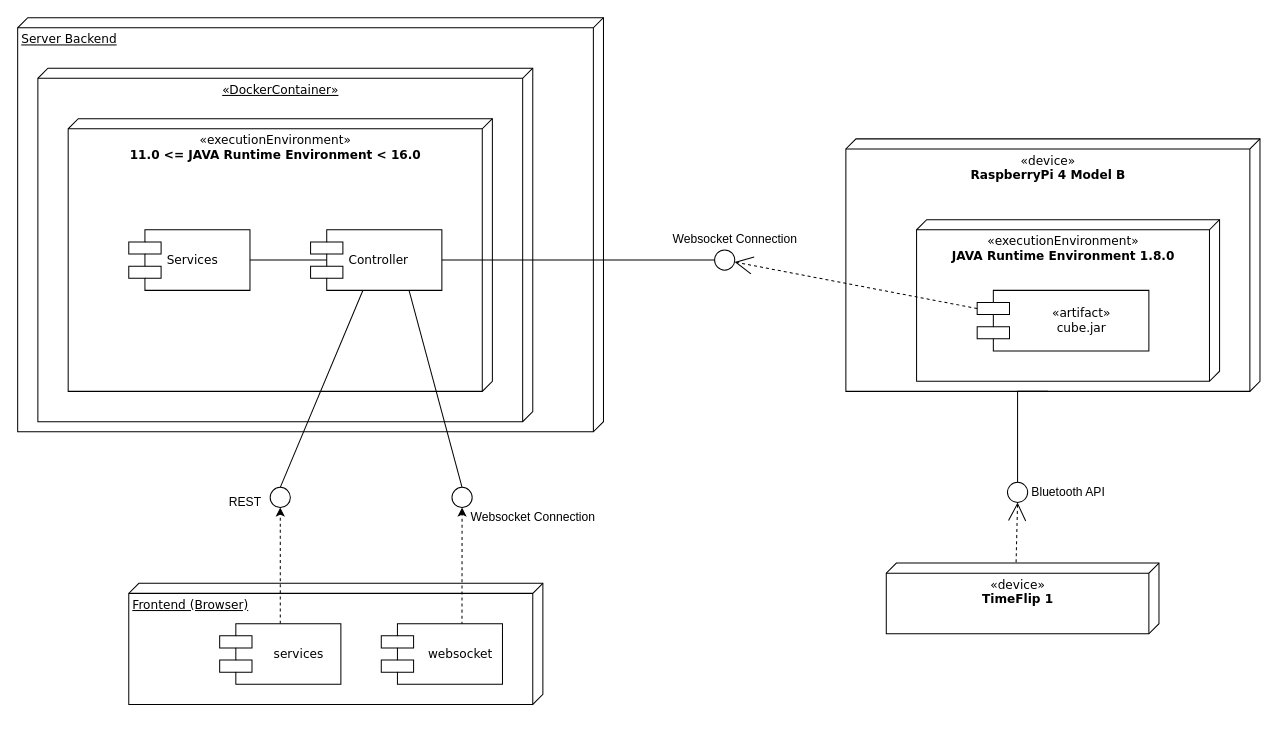
Earlier version of the draw.io diagram documentation/diagrams/deployment-view.drawio (BeyerMart/softwareEngineeringClass-timeGuessGame). Source tidied: cells renumbered, new cells numbered last; positions are measured from the earlier drawing's top-left corner, leaving out a move shared by most shapes. Both pictures are drawn from the tidied source at 101%, with x=0, y=0 at pixel (17, 17).
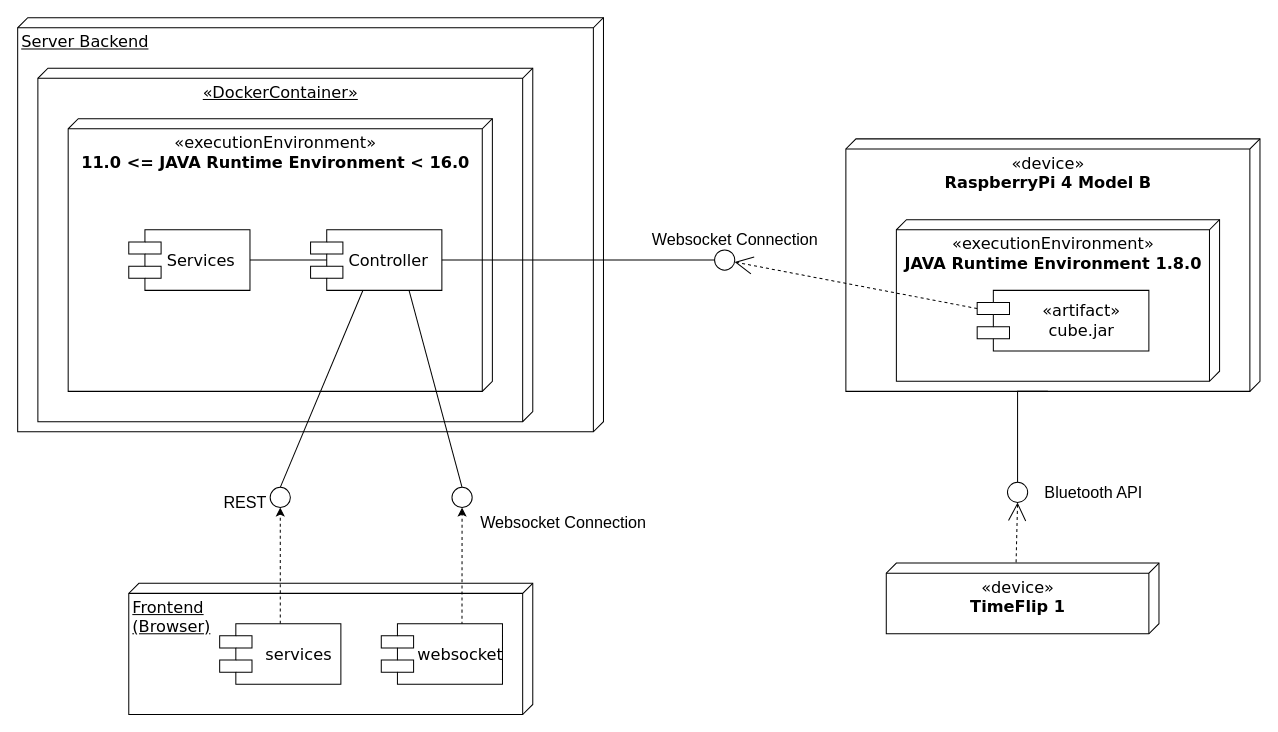
After the change.

Diff of the diagram source:
```diff
@@
-    <mxCell id="2" value="&lt;div&gt;&lt;span&gt;«device»&lt;/span&gt;&lt;/div&gt;&lt;div&gt;&lt;span&gt;&lt;b&gt;RaspberryPi 4 Model B&lt;/b&gt;&lt;/span&gt;&lt;/div&gt;" style="verticalAlign=top;align=center;spacingTop=8;spacingLeft=2;spacingRight=12;shape=cube;size=10;direction=south;fontStyle=0;html=1;rounded=0;shadow=0;comic=0;labelBackgroundColor=none;strokeWidth=1;fontFamily=Verdana;fontSize=12;" parent="1" vertex="1">
+    <mxCell id="2" value="&lt;div style=&quot;font-size: 16px;&quot;&gt;&lt;span style=&quot;font-size: 16px;&quot;&gt;«device»&lt;/span&gt;&lt;/div&gt;&lt;div style=&quot;font-size: 16px;&quot;&gt;&lt;span style=&quot;font-size: 16px;&quot;&gt;&lt;b style=&quot;font-size: 16px;&quot;&gt;RaspberryPi 4 Model B&lt;/b&gt;&lt;/span&gt;&lt;/div&gt;" style="verticalAlign=top;align=center;spacingTop=8;spacingLeft=2;spacingRight=12;shape=cube;size=10;direction=south;fontStyle=0;html=1;rounded=0;shadow=0;comic=0;labelBackgroundColor=none;strokeWidth=1;fontFamily=Verdana;fontSize=16;" parent="1" vertex="1">
       <mxGeometry x="820" y="120" width="410" height="250" as="geometry" />
     </mxCell>
-    <mxCell id="3" value="&lt;div&gt;«device»&lt;/div&gt;&lt;div&gt;&lt;b&gt;TimeFlip 1&lt;/b&gt;&lt;/div&gt;" style="verticalAlign=top;align=center;spacingTop=8;spacingLeft=2;spacingRight=12;shape=cube;size=10;direction=south;fontStyle=0;html=1;rounded=0;shadow=0;comic=0;labelBackgroundColor=none;strokeWidth=1;fontFamily=Verdana;fontSize=12;" parent="1" vertex="1">
+    <mxCell id="3" value="&lt;div style=&quot;font-size: 16px;&quot;&gt;«device»&lt;/div&gt;&lt;div style=&quot;font-size: 16px;&quot;&gt;&lt;b style=&quot;font-size: 16px;&quot;&gt;TimeFlip 1&lt;/b&gt;&lt;/div&gt;" style="verticalAlign=top;align=center;spacingTop=8;spacingLeft=2;spacingRight=12;shape=cube;size=10;direction=south;fontStyle=0;html=1;rounded=0;shadow=0;comic=0;labelBackgroundColor=none;strokeWidth=1;fontFamily=Verdana;fontSize=16;" parent="1" vertex="1">
       <mxGeometry x="860" y="540" width="270" height="70" as="geometry" />
     </mxCell>
-    <mxCell id="4" style="ellipse;whiteSpace=wrap;html=1;rounded=0;shadow=0;comic=0;labelBackgroundColor=none;strokeWidth=1;fontFamily=Verdana;fontSize=12;align=center;" parent="1" vertex="1">
+    <mxCell id="4" style="ellipse;whiteSpace=wrap;html=1;rounded=0;shadow=0;comic=0;labelBackgroundColor=none;strokeWidth=1;fontFamily=Verdana;fontSize=16;align=center;" parent="1" vertex="1">
       <mxGeometry x="690" y="230" width="20" height="20" as="geometry" />
     </mxCell>
-    <mxCell id="5" style="ellipse;whiteSpace=wrap;html=1;rounded=0;shadow=0;comic=0;labelBackgroundColor=none;strokeWidth=1;fontFamily=Verdana;fontSize=12;align=center;" parent="1" vertex="1">
+    <mxCell id="5" style="ellipse;whiteSpace=wrap;html=1;rounded=0;shadow=0;comic=0;labelBackgroundColor=none;strokeWidth=1;fontFamily=Verdana;fontSize=16;align=center;" parent="1" vertex="1">
       <mxGeometry x="980" y="460" width="20" height="20" as="geometry" />
     </mxCell>
-    <mxCell id="6" style="rounded=0;html=1;dashed=1;labelBackgroundColor=none;startArrow=none;startFill=0;startSize=8;endArrow=open;endFill=0;endSize=16;fontFamily=Verdana;fontSize=12;exitX=-0.01;exitY=0.524;exitDx=0;exitDy=0;exitPerimeter=0;entryX=0.5;entryY=1;entryDx=0;entryDy=0;" parent="1" edge="1" source="3" target="5">
+    <mxCell id="6" style="rounded=0;html=1;dashed=1;labelBackgroundColor=none;startArrow=none;startFill=0;startSize=8;endArrow=open;endFill=0;endSize=16;fontFamily=Verdana;fontSize=16;exitX=-0.01;exitY=0.524;exitDx=0;exitDy=0;exitPerimeter=0;entryX=0.5;entryY=1;entryDx=0;entryDy=0;" parent="1" edge="1" source="3" target="5">
       <mxGeometry relative="1" as="geometry" />
     </mxCell>
-    <mxCell id="7" style="edgeStyle=elbowEdgeStyle;rounded=0;html=1;labelBackgroundColor=none;startArrow=none;startFill=0;startSize=8;endArrow=none;endFill=0;endSize=16;fontFamily=Verdana;fontSize=12;entryX=0;entryY=0;entryDx=250;entryDy=210;entryPerimeter=0;exitX=0.5;exitY=0;exitDx=0;exitDy=0;" parent="1" edge="1" source="5" target="2">
+    <mxCell id="7" style="edgeStyle=elbowEdgeStyle;rounded=0;html=1;labelBackgroundColor=none;startArrow=none;startFill=0;startSize=8;endArrow=none;endFill=0;endSize=16;fontFamily=Verdana;fontSize=16;entryX=0;entryY=0;entryDx=250;entryDy=210;entryPerimeter=0;exitX=0.5;exitY=0;exitDx=0;exitDy=0;" parent="1" edge="1" source="5" target="2">
       <mxGeometry relative="1" as="geometry">
         <Array as="points">
           <mxPoint x="990" y="400" />
         </Array>
       </mxGeometry>
     </mxCell>
-    <mxCell id="8" value="Frontend (Browser)" style="verticalAlign=top;align=left;spacingTop=8;spacingLeft=2;spacingRight=12;shape=cube;size=10;direction=south;fontStyle=4;html=1;rounded=0;shadow=0;comic=0;labelBackgroundColor=none;strokeWidth=1;fontFamily=Verdana;fontSize=12;" parent="1" vertex="1">
-      <mxGeometry x="110" y="560" width="410" height="120" as="geometry" />
+    <mxCell id="8" value="&lt;span style=&quot;background-color: rgb(255 , 255 , 255)&quot;&gt;Frontend&lt;br&gt;(Browser)&lt;/span&gt;" style="verticalAlign=top;align=left;spacingTop=8;spacingLeft=2;spacingRight=12;shape=cube;size=10;direction=south;fontStyle=4;html=1;rounded=0;shadow=0;comic=0;labelBackgroundColor=none;strokeWidth=1;fontFamily=Verdana;fontSize=16;" parent="1" vertex="1">
+      <mxGeometry x="110" y="560" width="400" height="130" as="geometry" />
     </mxCell>
-    <mxCell id="9" style="edgeStyle=none;rounded=0;jettySize=auto;html=1;entryX=0.5;entryY=1;entryDx=0;entryDy=0;endArrow=classic;endFill=1;dashed=1;exitX=0.666;exitY=0.018;exitDx=0;exitDy=0;exitPerimeter=0;" parent="1" edge="1" source="30" target="25">
+    <mxCell id="9" style="edgeStyle=none;rounded=0;jettySize=auto;html=1;entryX=0.5;entryY=1;entryDx=0;entryDy=0;endArrow=classic;endFill=1;dashed=1;exitX=0.666;exitY=0.018;exitDx=0;exitDy=0;exitPerimeter=0;fontSize=16;" parent="1" edge="1" source="30" target="25">
       <mxGeometry relative="1" as="geometry" />
     </mxCell>
-    <mxCell id="10" style="edgeStyle=none;rounded=0;jettySize=auto;html=1;entryX=0.5;entryY=1;entryDx=0;entryDy=0;dashed=1;endArrow=classic;endFill=1;" parent="1" edge="1" source="11" target="28">
+    <mxCell id="10" style="edgeStyle=none;rounded=0;jettySize=auto;html=1;entryX=0.5;entryY=1;entryDx=0;entryDy=0;dashed=1;endArrow=classic;endFill=1;fontSize=16;" parent="1" edge="1" source="11" target="28">
       <mxGeometry relative="1" as="geometry" />
     </mxCell>
-    <mxCell id="11" value="services" style="shape=component;align=center;spacingLeft=36;rounded=0;shadow=0;comic=0;labelBackgroundColor=none;strokeWidth=1;fontFamily=Verdana;fontSize=12;html=1;" parent="1" vertex="1">
+    <mxCell id="11" value="services" style="shape=component;align=center;spacingLeft=36;rounded=0;shadow=0;comic=0;labelBackgroundColor=none;strokeWidth=1;fontFamily=Verdana;fontSize=16;html=1;" parent="1" vertex="1">
       <mxGeometry x="200" y="600" width="120" height="60" as="geometry" />
     </mxCell>
-    <mxCell id="12" value="Server Backend" style="verticalAlign=top;align=left;spacingTop=8;spacingLeft=2;spacingRight=12;shape=cube;size=10;direction=south;fontStyle=4;html=1;rounded=0;shadow=0;comic=0;labelBackgroundColor=none;strokeWidth=1;fontFamily=Verdana;fontSize=12;" parent="1" vertex="1">
+    <mxCell id="12" value="Server Backend" style="verticalAlign=top;align=left;spacingTop=8;spacingLeft=2;spacingRight=12;shape=cube;size=10;direction=south;fontStyle=4;html=1;rounded=0;shadow=0;comic=0;labelBackgroundColor=none;strokeWidth=1;fontFamily=Verdana;fontSize=16;" parent="1" vertex="1">
       <mxGeometry width="580" height="410" as="geometry" />
     </mxCell>
-    <mxCell id="13" value="«executionEnvironment»&lt;br&gt;&lt;b&gt;JAVA Runtime Environment 1.8.0&lt;/b&gt;" style="verticalAlign=top;align=center;spacingTop=8;spacingLeft=2;spacingRight=12;shape=cube;size=10;direction=south;fontStyle=0;html=1;rounded=0;shadow=0;comic=0;labelBackgroundColor=none;strokeWidth=1;fontFamily=Verdana;fontSize=12;" parent="1" vertex="1">
-      <mxGeometry x="890" y="200" width="300" height="160" as="geometry" />
+    <mxCell id="13" value="«executionEnvironment»&lt;br style=&quot;font-size: 16px;&quot;&gt;&lt;b style=&quot;font-size: 16px;&quot;&gt;JAVA Runtime Environment 1.8.0&lt;/b&gt;" style="verticalAlign=top;align=center;spacingTop=8;spacingLeft=2;spacingRight=12;shape=cube;size=10;direction=south;fontStyle=0;html=1;rounded=0;shadow=0;comic=0;labelBackgroundColor=none;strokeWidth=1;fontFamily=Verdana;fontSize=16;" parent="1" vertex="1">
+      <mxGeometry x="870" y="200" width="320" height="160" as="geometry" />
     </mxCell>
-    <mxCell id="14" value="&lt;div&gt;&lt;span&gt;«artifact»&lt;/span&gt;&lt;/div&gt;&lt;span&gt;&lt;div&gt;&lt;span&gt;cube.jar&lt;/span&gt;&lt;/div&gt;&lt;/span&gt;" style="shape=component;align=center;spacingLeft=36;rounded=0;shadow=0;comic=0;labelBackgroundColor=none;strokeWidth=1;fontFamily=Verdana;fontSize=12;html=1;" parent="1" vertex="1">
+    <mxCell id="14" value="&lt;div style=&quot;font-size: 16px;&quot;&gt;&lt;span style=&quot;font-size: 16px;&quot;&gt;«artifact»&lt;/span&gt;&lt;/div&gt;&lt;span style=&quot;font-size: 16px;&quot;&gt;&lt;div style=&quot;font-size: 16px;&quot;&gt;&lt;span style=&quot;font-size: 16px;&quot;&gt;cube.jar&lt;/span&gt;&lt;/div&gt;&lt;/span&gt;" style="shape=component;align=center;spacingLeft=36;rounded=0;shadow=0;comic=0;labelBackgroundColor=none;strokeWidth=1;fontFamily=Verdana;fontSize=16;html=1;" parent="1" vertex="1">
       <mxGeometry x="950" y="270" width="170" height="60" as="geometry" />
     </mxCell>
-    <mxCell id="15" value="Bluetooth API" style="text;html=1;align=center;verticalAlign=middle;strokeColor=none;" parent="1" vertex="1">
-      <mxGeometry x="995" y="460" width="90" height="20" as="geometry" />
+    <mxCell id="15" value="Bluetooth API" style="text;html=1;align=center;verticalAlign=middle;strokeColor=none;fontSize=16;" parent="1" vertex="1">
+      <mxGeometry x="1010" y="460" width="110" height="20" as="geometry" />
     </mxCell>
-    <mxCell id="16" style="edgeStyle=none;rounded=0;html=1;dashed=1;labelBackgroundColor=none;startArrow=none;startFill=0;startSize=8;endArrow=open;endFill=0;endSize=16;fontFamily=Verdana;fontSize=12;exitX=0;exitY=0.3;exitDx=0;exitDy=0;" parent="1" edge="1" source="14" target="4">
+    <mxCell id="16" style="edgeStyle=none;rounded=0;html=1;dashed=1;labelBackgroundColor=none;startArrow=none;startFill=0;startSize=8;endArrow=open;endFill=0;endSize=16;fontFamily=Verdana;fontSize=16;exitX=0;exitY=0.3;exitDx=0;exitDy=0;" parent="1" edge="1" source="14" target="4">
       <mxGeometry relative="1" as="geometry" />
     </mxCell>
-    <mxCell id="17" value="Websocket Connection" style="text;html=1;align=center;verticalAlign=middle;strokeColor=none;" parent="1" vertex="1">
-      <mxGeometry x="640" y="210" width="140" height="20" as="geometry" />
+    <mxCell id="17" value="Websocket Connection" style="text;html=1;align=center;verticalAlign=middle;strokeColor=none;fontSize=16;" parent="1" vertex="1">
+      <mxGeometry x="620" y="210" width="180" height="20" as="geometry" />
     </mxCell>
-    <mxCell id="18" value="&lt;div&gt;«DockerContainer»&lt;br&gt;&lt;br&gt;&lt;/div&gt;" style="verticalAlign=top;align=center;spacingTop=8;spacingLeft=2;spacingRight=12;shape=cube;size=10;direction=south;fontStyle=4;html=1;rounded=0;shadow=0;comic=0;labelBackgroundColor=none;strokeWidth=1;fontFamily=Verdana;fontSize=12;" parent="1" vertex="1">
+    <mxCell id="18" value="&lt;div style=&quot;font-size: 16px;&quot;&gt;«DockerContainer»&lt;br style=&quot;font-size: 16px;&quot;&gt;&lt;br style=&quot;font-size: 16px;&quot;&gt;&lt;/div&gt;" style="verticalAlign=top;align=center;spacingTop=8;spacingLeft=2;spacingRight=12;shape=cube;size=10;direction=south;fontStyle=4;html=1;rounded=0;shadow=0;comic=0;labelBackgroundColor=none;strokeWidth=1;fontFamily=Verdana;fontSize=16;" parent="1" vertex="1">
       <mxGeometry x="20" y="50" width="490" height="350" as="geometry" />
     </mxCell>
-    <mxCell id="19" value="«executionEnvironment»&lt;br&gt;&lt;b&gt;11.0 &amp;lt;= JAVA Runtime Environment &amp;lt; 16.0&lt;/b&gt;" style="verticalAlign=top;align=center;spacingTop=8;spacingLeft=2;spacingRight=12;shape=cube;size=10;direction=south;fontStyle=0;html=1;rounded=0;shadow=0;comic=0;labelBackgroundColor=none;strokeWidth=1;fontFamily=Verdana;fontSize=12;" parent="1" vertex="1">
+    <mxCell id="19" value="«executionEnvironment»&lt;br style=&quot;font-size: 16px;&quot;&gt;&lt;b style=&quot;font-size: 16px;&quot;&gt;11.0 &amp;lt;= JAVA Runtime Environment &amp;lt; 16.0&lt;/b&gt;" style="verticalAlign=top;align=center;spacingTop=8;spacingLeft=2;spacingRight=12;shape=cube;size=10;direction=south;fontStyle=0;html=1;rounded=0;shadow=0;comic=0;labelBackgroundColor=none;strokeWidth=1;fontFamily=Verdana;fontSize=16;" parent="1" vertex="1">
       <mxGeometry x="50" y="100" width="420" height="270" as="geometry" />
     </mxCell>
-    <mxCell id="20" style="edgeStyle=none;rounded=0;jettySize=auto;html=1;entryX=1;entryY=0.5;entryDx=0;entryDy=0;exitX=0.131;exitY=0.5;exitDx=0;exitDy=0;exitPerimeter=0;endArrow=none;endFill=0;" parent="1" edge="1" source="21" target="23">
+    <mxCell id="20" style="edgeStyle=none;rounded=0;jettySize=auto;html=1;entryX=1;entryY=0.5;entryDx=0;entryDy=0;exitX=0.131;exitY=0.5;exitDx=0;exitDy=0;exitPerimeter=0;endArrow=none;endFill=0;fontSize=16;" parent="1" edge="1" source="21" target="23">
       <mxGeometry relative="1" as="geometry" />
     </mxCell>
-    <mxCell id="21" value="Controller" style="shape=component;align=left;spacingLeft=36;rounded=0;shadow=0;comic=0;labelBackgroundColor=none;strokeWidth=1;fontFamily=Verdana;fontSize=12;html=1;" parent="1" vertex="1">
+    <mxCell id="21" value="Controller" style="shape=component;align=left;spacingLeft=36;rounded=0;shadow=0;comic=0;labelBackgroundColor=none;strokeWidth=1;fontFamily=Verdana;fontSize=16;html=1;" parent="1" vertex="1">
       <mxGeometry x="290" y="210" width="130" height="60" as="geometry" />
     </mxCell>
-    <mxCell id="22" style="edgeStyle=elbowEdgeStyle;rounded=0;html=1;labelBackgroundColor=none;startArrow=none;startFill=0;startSize=8;endArrow=none;endFill=0;endSize=16;fontFamily=Verdana;fontSize=12;entryX=1;entryY=0.5;entryDx=0;entryDy=0;exitX=0;exitY=0.5;exitDx=0;exitDy=0;" parent="1" edge="1" source="4" target="21">
+    <mxCell id="22" style="edgeStyle=elbowEdgeStyle;rounded=0;html=1;labelBackgroundColor=none;startArrow=none;startFill=0;startSize=8;endArrow=none;endFill=0;endSize=16;fontFamily=Verdana;fontSize=16;entryX=1;entryY=0.5;entryDx=0;entryDy=0;exitX=0;exitY=0.5;exitDx=0;exitDy=0;" parent="1" edge="1" source="4" target="21">
       <mxGeometry relative="1" as="geometry">
         <Array as="points">
           <mxPoint x="600" y="230" />
         </Array>
       </mxGeometry>
     </mxCell>
-    <mxCell id="23" value="Services" style="shape=component;align=left;spacingLeft=36;rounded=0;shadow=0;comic=0;labelBackgroundColor=none;strokeWidth=1;fontFamily=Verdana;fontSize=12;html=1;" parent="1" vertex="1">
+    <mxCell id="23" value="Services" style="shape=component;align=left;spacingLeft=36;rounded=0;shadow=0;comic=0;labelBackgroundColor=none;strokeWidth=1;fontFamily=Verdana;fontSize=16;html=1;" parent="1" vertex="1">
       <mxGeometry x="110" y="210" width="120" height="60" as="geometry" />
     </mxCell>
-    <mxCell id="24" style="rounded=0;html=1;labelBackgroundColor=none;startArrow=none;startFill=0;startSize=8;endArrow=none;endFill=0;endSize=16;fontFamily=Verdana;fontSize=12;exitX=0.75;exitY=1;exitDx=0;exitDy=0;entryX=0.5;entryY=0;entryDx=0;entryDy=0;" parent="1" edge="1" source="21" target="25">
+    <mxCell id="24" style="rounded=0;html=1;labelBackgroundColor=none;startArrow=none;startFill=0;startSize=8;endArrow=none;endFill=0;endSize=16;fontFamily=Verdana;fontSize=16;exitX=0.75;exitY=1;exitDx=0;exitDy=0;entryX=0.5;entryY=0;entryDx=0;entryDy=0;" parent="1" edge="1" source="21" target="25">
       <mxGeometry relative="1" as="geometry" />
     </mxCell>
-    <mxCell id="25" style="ellipse;whiteSpace=wrap;html=1;rounded=0;shadow=0;comic=0;labelBackgroundColor=none;strokeWidth=1;fontFamily=Verdana;fontSize=12;align=center;" parent="1" vertex="1">
+    <mxCell id="25" style="ellipse;whiteSpace=wrap;html=1;rounded=0;shadow=0;comic=0;labelBackgroundColor=none;strokeWidth=1;fontFamily=Verdana;fontSize=16;align=center;" parent="1" vertex="1">
       <mxGeometry x="430" y="465" width="20" height="20" as="geometry" />
     </mxCell>
-    <mxCell id="26" value="Websocket Connection" style="text;html=1;align=center;verticalAlign=middle;strokeColor=none;" parent="1" vertex="1">
-      <mxGeometry x="440" y="485" width="140" height="20" as="geometry" />
+    <mxCell id="26" value="Websocket Connection" style="text;html=1;align=center;verticalAlign=middle;strokeColor=none;fontSize=16;" parent="1" vertex="1">
+      <mxGeometry x="450" y="490" width="180" height="20" as="geometry" />
     </mxCell>
-    <mxCell id="27" style="rounded=0;html=1;labelBackgroundColor=none;startArrow=none;startFill=0;startSize=8;endArrow=none;endFill=0;endSize=16;fontFamily=Verdana;fontSize=12;exitX=0.399;exitY=0.998;exitDx=0;exitDy=0;entryX=0.5;entryY=0;entryDx=0;entryDy=0;exitPerimeter=0;" parent="1" edge="1" source="21" target="28">
+    <mxCell id="27" style="rounded=0;html=1;labelBackgroundColor=none;startArrow=none;startFill=0;startSize=8;endArrow=none;endFill=0;endSize=16;fontFamily=Verdana;fontSize=16;exitX=0.399;exitY=0.998;exitDx=0;exitDy=0;entryX=0.5;entryY=0;entryDx=0;entryDy=0;exitPerimeter=0;" parent="1" edge="1" source="21" target="28">
       <mxGeometry relative="1" as="geometry" />
     </mxCell>
-    <mxCell id="28" style="ellipse;whiteSpace=wrap;html=1;rounded=0;shadow=0;comic=0;labelBackgroundColor=none;strokeWidth=1;fontFamily=Verdana;fontSize=12;align=center;" parent="1" vertex="1">
+    <mxCell id="28" style="ellipse;whiteSpace=wrap;html=1;rounded=0;shadow=0;comic=0;labelBackgroundColor=none;strokeWidth=1;fontFamily=Verdana;fontSize=16;align=center;" parent="1" vertex="1">
       <mxGeometry x="250" y="465" width="20" height="20" as="geometry" />
     </mxCell>
-    <mxCell id="29" value="REST" style="text;html=1;align=center;verticalAlign=middle;strokeColor=none;" parent="1" vertex="1">
-      <mxGeometry x="200" y="470" width="50" height="20" as="geometry" />
+    <mxCell id="29" value="REST" style="text;html=1;align=center;verticalAlign=middle;strokeColor=none;fontSize=16;" parent="1" vertex="1">
+      <mxGeometry x="195" y="470" width="60" height="20" as="geometry" />
     </mxCell>
-    <mxCell id="30" value="websocket" style="shape=component;align=center;spacingLeft=36;rounded=0;shadow=0;comic=0;labelBackgroundColor=none;strokeWidth=1;fontFamily=Verdana;fontSize=12;html=1;" parent="1" vertex="1">
+    <mxCell id="30" value="websocket" style="shape=component;align=center;spacingLeft=36;rounded=0;shadow=0;comic=0;labelBackgroundColor=none;strokeWidth=1;fontFamily=Verdana;fontSize=16;html=1;" parent="1" vertex="1">
       <mxGeometry x="360" y="600" width="120" height="60" as="geometry" />
     </mxCell>
```
